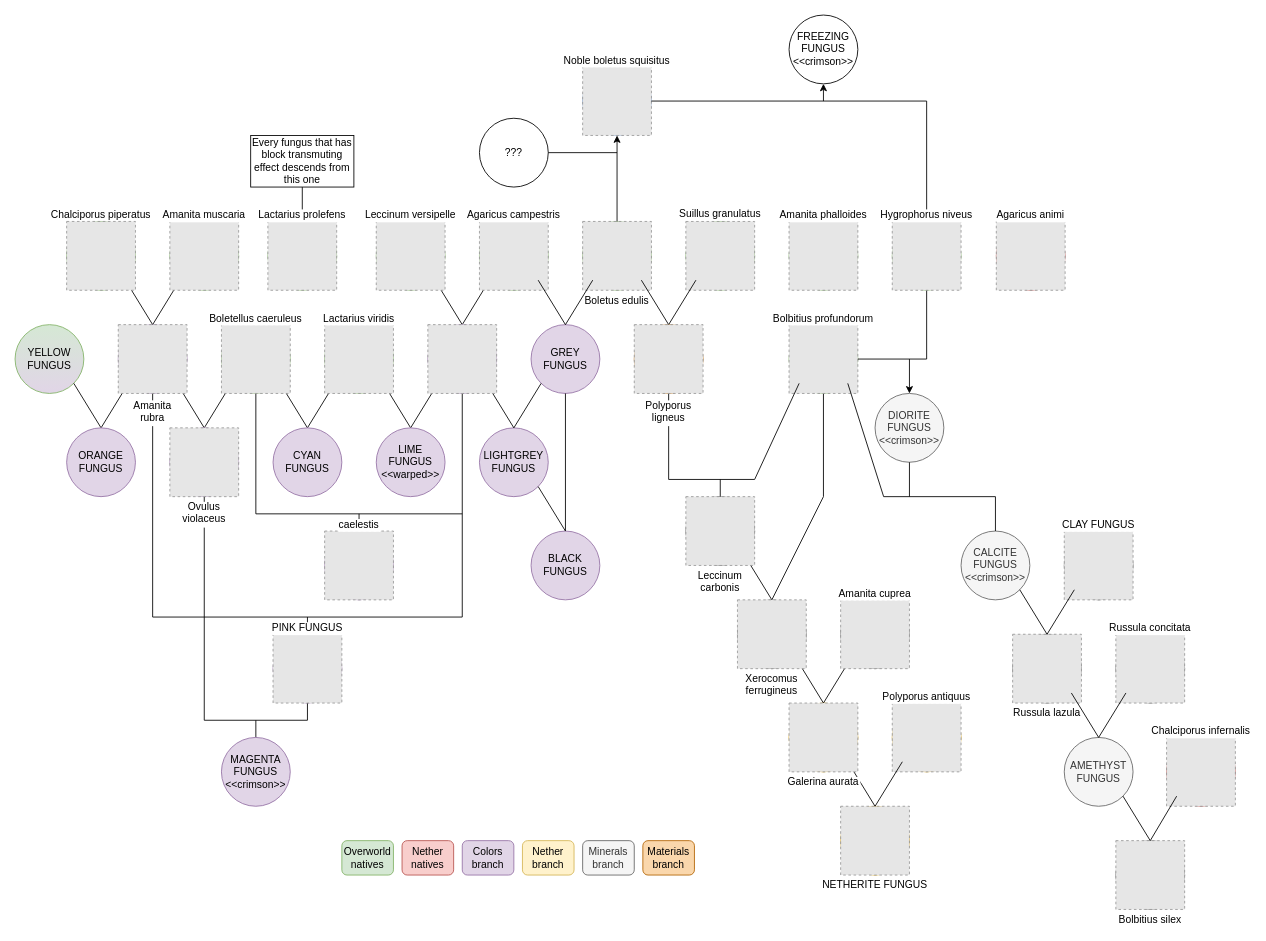
The draw.io diagram src/main/resources/data/mycologymod/mutations/mutations-diagram.drawio in SimoMett/MycologyMC, before the edit. Source tidied: cells renumbered, new cells numbered last; positions are measured from the earlier drawing's top-left corner, leaving out a move shared by most shapes. Both pictures are drawn from the tidied source at 86%, with x=0, y=0 at pixel (15, 15). Pictures stored in the file or linked from it are replaced by grey dashed boxes.
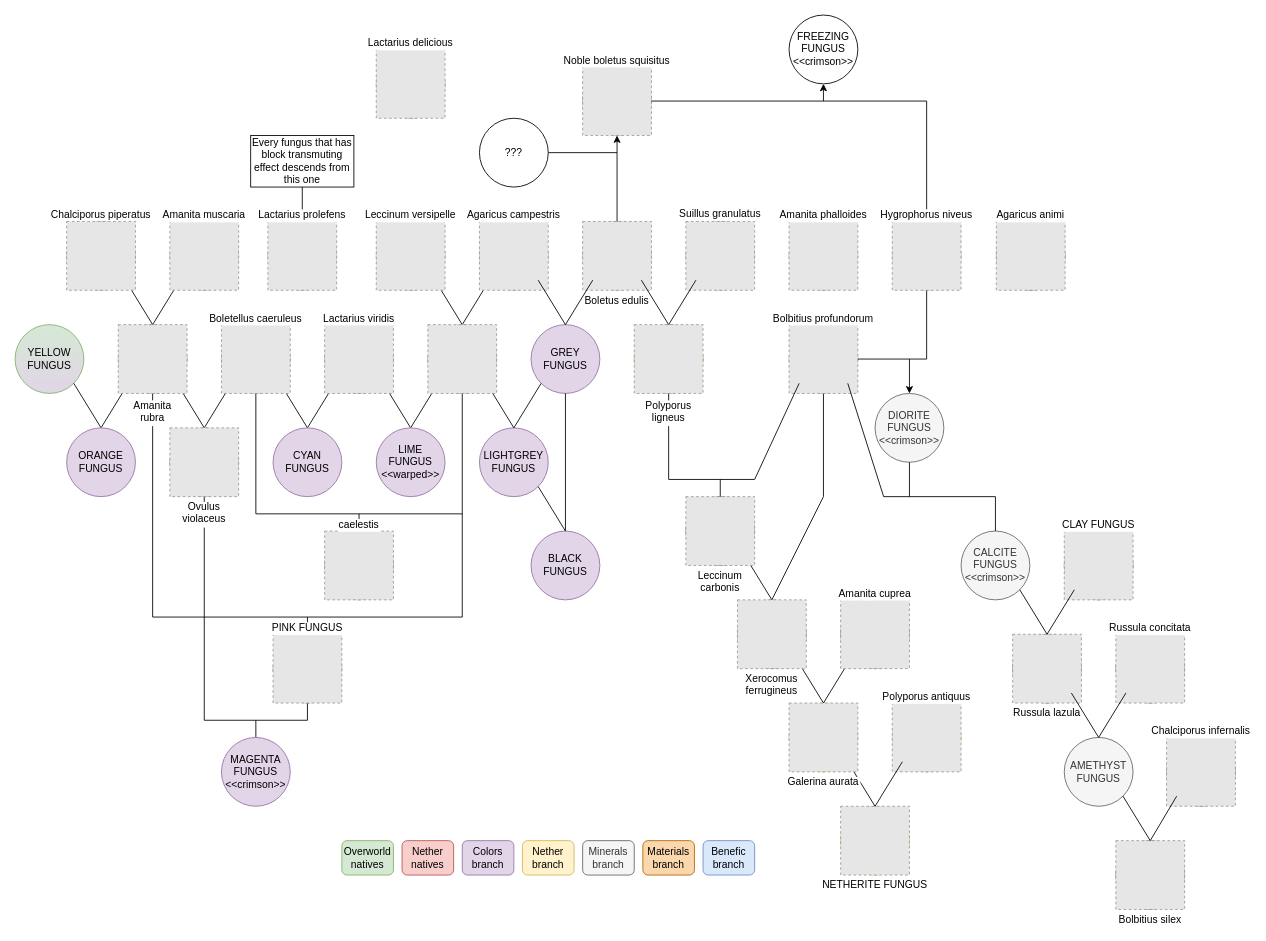
The same diagram, later.

Commit message (it also covers changes not shown here):
Added Lactarius delicious

Change to the diagram source:
```diff
@@
+    <mxCell id="142" value="Benefic&lt;div&gt;branch&lt;/div&gt;" style="rounded=1;whiteSpace=wrap;html=1;fillColor=#dae8fc;strokeColor=#6c8ebf;" parent="1" vertex="1">
+      <mxGeometry x="800" y="960" width="60" height="40" as="geometry" />
+    </mxCell>
+    <mxCell id="143" style="ellipse;whiteSpace=wrap;html=1;fillColor=#dae8fc;strokeColor=#6c8ebf;" parent="1" vertex="1">
+      <mxGeometry x="420" y="40" width="80" height="80" as="geometry" />
+    </mxCell>
+    <mxCell id="144" value="Lactarius delicious" style="fillColor=#E6E6E6;strokeColor=#999999;dashed=1;verticalLabelPosition=top;labelBackgroundColor=default;verticalAlign=bottom;spacing=0;labelPosition=center;align=center;" parent="1" vertex="1">
+      <mxGeometry x="420" y="40" width="80" height="80" as="geometry" />
+    </mxCell>
```
